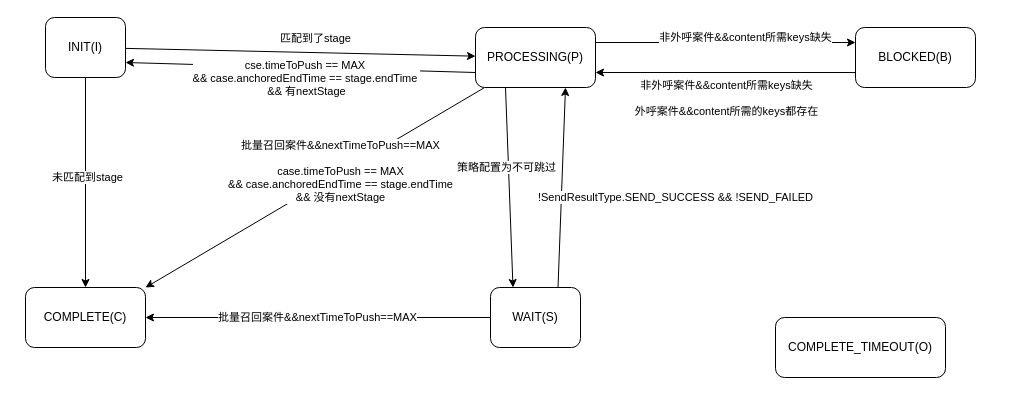
Earlier version of the draw.io diagram page "状态流转图" (4 of 4) of 召回系统-业务架构.drawio (ABIN-DS/flowchart). Source tidied: cells renumbered, new cells numbered last; positions are measured from the earlier drawing's top-left corner, leaving out a move shared by most shapes. Both pictures are drawn from the tidied source at 100%, with x=0, y=0 at pixel (25, 17).
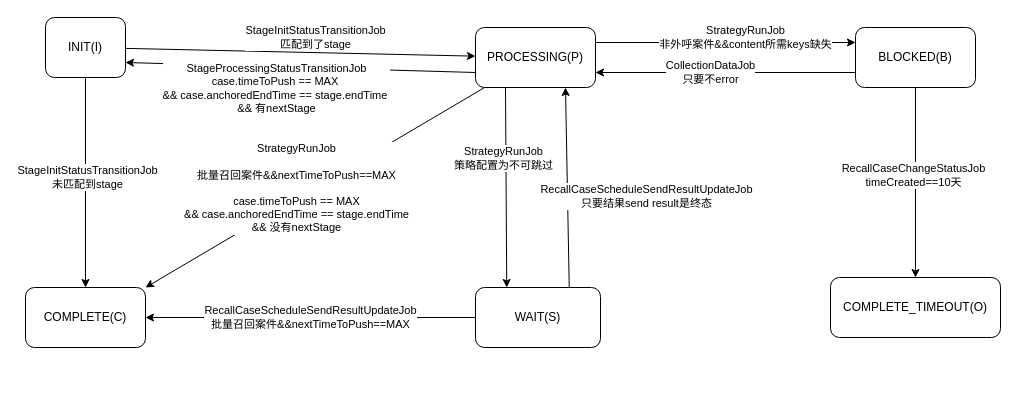
The same diagram, later.

Commit message:
更新召回系统-业务架构.drawio

The change refers to these unchanged cells:
```xml
<mxCell id="2" style="rounded=0;jettySize=auto;html=1;" parent="1" edge="1" source="4" target="14">
  <mxGeometry relative="1" as="geometry" />
</mxCell>
<mxCell id="6" style="edgeStyle=none;rounded=0;jettySize=auto;html=1;exitX=0.5;exitY=1;exitDx=0;exitDy=0;" parent="1" edge="1" source="4" target="18">
  <mxGeometry relative="1" as="geometry" />
</mxCell>
<mxCell id="8" style="edgeStyle=none;rounded=0;jettySize=auto;html=1;entryX=1;entryY=0;entryDx=0;entryDy=0;" parent="1" edge="1" source="14" target="18">
  <mxGeometry relative="1" as="geometry" />
</mxCell>
<mxCell id="10" style="edgeStyle=none;rounded=0;jettySize=auto;html=1;exitX=0.25;exitY=1;exitDx=0;exitDy=0;entryX=0.25;entryY=0;entryDx=0;entryDy=0;" parent="1" edge="1" source="14" target="23">
  <mxGeometry relative="1" as="geometry" />
</mxCell>
<mxCell id="12" style="edgeStyle=none;rounded=0;jettySize=auto;html=1;entryX=1;entryY=0.75;entryDx=0;entryDy=0;exitX=0;exitY=0.75;exitDx=0;exitDy=0;" parent="1" edge="1" source="14" target="4">
  <mxGeometry relative="1" as="geometry" />
</mxCell>
<mxCell id="14" value="PROCESSING(P)" style="rounded=1;whiteSpace=wrap;html=1;" parent="1" vertex="1">
  <mxGeometry x="450" y="10" width="120" height="60" as="geometry" />
</mxCell>
<mxCell id="15" style="edgeStyle=none;rounded=0;jettySize=auto;html=1;exitX=0;exitY=0.75;exitDx=0;exitDy=0;entryX=1;entryY=0.75;entryDx=0;entryDy=0;" parent="1" edge="1" source="17" target="14">
  <mxGeometry relative="1" as="geometry" />
</mxCell>
<mxCell id="17" value="BLOCKED(B)" style="rounded=1;whiteSpace=wrap;html=1;" parent="1" vertex="1">
  <mxGeometry x="830" y="10" width="120" height="60" as="geometry" />
</mxCell>
<mxCell id="18" value="COMPLETE(C)" style="rounded=1;whiteSpace=wrap;html=1;" parent="1" vertex="1">
  <mxGeometry y="270" width="120" height="60" as="geometry" />
</mxCell>
<mxCell id="21" style="edgeStyle=none;rounded=0;jettySize=auto;html=1;entryX=0.75;entryY=1;entryDx=0;entryDy=0;exitX=0.75;exitY=0;exitDx=0;exitDy=0;" parent="1" edge="1" source="23" target="14">
  <mxGeometry relative="1" as="geometry" />
</mxCell>
```

Diff of the diagram source:
```diff
@@
-    <mxCell id="3" value="匹配到了stage" style="edgeLabel;html=1;align=center;verticalAlign=middle;" parent="2" vertex="1">
+    <mxCell id="3" value="StageInitStatusTransitionJob&lt;br&gt;匹配到了stage" style="edgeLabel;html=1;align=center;verticalAlign=middle;" parent="2" vertex="1">
       <mxGeometry y="2" relative="1" as="geometry">
-        <mxPoint x="14" y="-12" as="offset" />
+        <mxPoint x="14" y="-13" as="offset" />
       </mxGeometry>
     </mxCell>
@@
-    <mxCell id="5" value="非外呼案件&amp;amp;&amp;amp;content所需keys缺失" style="rounded=0;jettySize=auto;html=1;entryX=0;entryY=0.25;entryDx=0;entryDy=0;exitX=1;exitY=0.25;exitDx=0;exitDy=0;" parent="1" edge="1" source="14" target="17">
+    <mxCell id="5" value="StrategyRunJob&lt;br&gt;非外呼案件&amp;amp;&amp;amp;content所需keys缺失" style="rounded=0;jettySize=auto;html=1;entryX=0;entryY=0.25;entryDx=0;entryDy=0;exitX=1;exitY=0.25;exitDx=0;exitDy=0;" parent="1" edge="1" source="14" target="17">
       <mxGeometry x="0.15" y="5" relative="1" as="geometry" />
     </mxCell>
@@
-    <mxCell id="7" value="未匹配到stage" style="edgeLabel;html=1;align=center;verticalAlign=middle;" parent="6" vertex="1">
+    <mxCell id="7" value="StageInitStatusTransitionJob&lt;br&gt;未匹配到stage" style="edgeLabel;html=1;align=center;verticalAlign=middle;" parent="6" vertex="1">
       <mxGeometry x="-0.06" y="1" relative="1" as="geometry" />
     </mxCell>
@@
-    <mxCell id="9" value="批量召回案件&amp;amp;&amp;amp;nextTimeToPush==MAX&lt;br&gt;&lt;br&gt;case.timeToPush == MAX &lt;br&gt;&amp;amp;&amp;amp; case.anchoredEndTime == stage.endTime &lt;br&gt;&amp;amp;&amp;amp; 没有nextStage" style="edgeLabel;html=1;align=center;verticalAlign=middle;" parent="8" vertex="1">
-      <mxGeometry x="-0.15" y="-2" relative="1" as="geometry" />
+    <mxCell id="9" value="StrategyRunJob&lt;br&gt;&lt;br&gt;批量召回案件&amp;amp;&amp;amp;nextTimeToPush==MAX&lt;br&gt;&lt;br&gt;case.timeToPush == MAX &lt;br&gt;&amp;amp;&amp;amp; case.anchoredEndTime == stage.endTime &lt;br&gt;&amp;amp;&amp;amp; 没有nextStage" style="edgeLabel;html=1;align=center;verticalAlign=middle;" parent="8" vertex="1">
+      <mxGeometry x="-0.15" y="-2" relative="1" as="geometry">
+        <mxPoint x="-44" y="17" as="offset" />
+      </mxGeometry>
     </mxCell>
@@
-    <mxCell id="11" value="策略配置为不可跳过" style="edgeLabel;html=1;align=center;verticalAlign=middle;" parent="10" vertex="1">
+    <mxCell id="11" value="StrategyRunJob&lt;br&gt;策略配置为不可跳过" style="edgeLabel;html=1;align=center;verticalAlign=middle;" parent="10" vertex="1">
       <mxGeometry x="-0.13" y="-1" relative="1" as="geometry">
-        <mxPoint x="-2" y="-7" as="offset" />
+        <mxPoint x="-2" y="-17" as="offset" />
       </mxGeometry>
     </mxCell>
@@
-    <mxCell id="13" value="&lt;div style=&quot;border-color: var(--border-color);&quot;&gt;cse.timeToPush == MAX&amp;nbsp;&lt;/div&gt;&lt;div style=&quot;border-color: var(--border-color);&quot;&gt;&amp;amp;&amp;amp; case.anchoredEndTime == stage.endTime&amp;nbsp;&lt;/div&gt;&lt;div style=&quot;border-color: var(--border-color);&quot;&gt;&amp;amp;&amp;amp; 有nextStage&lt;/div&gt;" style="edgeLabel;html=1;align=center;verticalAlign=middle;" parent="12" vertex="1">
+    <mxCell id="13" value="&lt;div style=&quot;border-color: var(--border-color);&quot;&gt;StageProcessingStatusTransitionJob&lt;br&gt;&lt;/div&gt;&lt;div style=&quot;border-color: var(--border-color);&quot;&gt;case.timeToPush == MAX&amp;nbsp;&lt;/div&gt;&lt;div style=&quot;border-color: var(--border-color);&quot;&gt;&amp;amp;&amp;amp; case.anchoredEndTime == stage.endTime&amp;nbsp;&lt;/div&gt;&lt;div style=&quot;border-color: var(--border-color);&quot;&gt;&amp;amp;&amp;amp; 有nextStage&lt;/div&gt;" style="edgeLabel;html=1;align=center;verticalAlign=middle;" parent="12" vertex="1">
       <mxGeometry x="0.14" y="-1" relative="1" as="geometry">
-        <mxPoint x="30" y="12" as="offset" />
+        <mxPoint y="22" as="offset" />
       </mxGeometry>
     </mxCell>
@@
-    <mxCell id="16" value="非外呼案件&amp;amp;&amp;amp;content所需keys缺失&lt;br&gt;&lt;br&gt;外呼案件&amp;amp;&amp;amp;content所需的keys都存在" style="edgeLabel;html=1;align=center;verticalAlign=middle;" parent="15" vertex="1">
-      <mxGeometry x="0.35" y="1" relative="1" as="geometry">
-        <mxPoint x="46" y="24" as="offset" />
-      </mxGeometry>
-    </mxCell>
+    <mxCell id="24" value="CollectionDataJob&lt;br&gt;只要不error" style="edgeLabel;html=1;align=center;verticalAlign=middle;" parent="15" vertex="1">
+      <mxGeometry x="0.12" y="-1" relative="1" as="geometry" />
+    </mxCell>
+    <mxCell id="25" style="edgeStyle=none;rounded=0;jettySize=auto;html=1;" parent="1" edge="1" source="17" target="19">
+      <mxGeometry relative="1" as="geometry" />
+    </mxCell>
+    <mxCell id="26" value="RecallCaseChangeStatusJob&lt;br&gt;timeCreated==10天" style="edgeLabel;html=1;align=center;verticalAlign=middle;" parent="25" vertex="1">
+      <mxGeometry x="-0.09" y="-3" relative="1" as="geometry">
+        <mxPoint y="1" as="offset" />
+      </mxGeometry>
+    </mxCell>
@@
     <mxCell id="19" value="COMPLETE_TIMEOUT(O)" style="rounded=1;whiteSpace=wrap;html=1;" parent="1" vertex="1">
-      <mxGeometry x="750" y="300" width="170" height="60" as="geometry" />
+      <mxGeometry x="805" y="260" width="170" height="60" as="geometry" />
     </mxCell>
-    <mxCell id="20" value="批量召回案件&amp;amp;&amp;amp;nextTimeToPush==MAX" style="edgeStyle=none;rounded=0;jettySize=auto;html=1;entryX=1;entryY=0.5;entryDx=0;entryDy=0;" parent="1" edge="1" source="23" target="18">
+    <mxCell id="20" value="RecallCaseScheduleSendResultUpdateJob&lt;br&gt;批量召回案件&amp;amp;&amp;amp;nextTimeToPush==MAX" style="edgeStyle=none;rounded=0;jettySize=auto;html=1;entryX=1;entryY=0.5;entryDx=0;entryDy=0;" parent="1" edge="1" source="23" target="18">
       <mxGeometry relative="1" as="geometry" />
     </mxCell>
@@
-    <mxCell id="22" value="!SendResultType.SEND_SUCCESS &amp;amp;&amp;amp; !SEND_FAILED" style="edgeLabel;html=1;align=center;verticalAlign=middle;" parent="21" vertex="1">
+    <mxCell id="22" value="RecallCaseScheduleSendResultUpdateJob&lt;br&gt;只要结果send result是终态" style="edgeLabel;html=1;align=center;verticalAlign=middle;" parent="21" vertex="1">
       <mxGeometry x="-0.09" y="-2" relative="1" as="geometry">
-        <mxPoint x="112" as="offset" />
+        <mxPoint x="76" as="offset" />
       </mxGeometry>
     </mxCell>
     <mxCell id="23" value="WAIT(S)" style="rounded=1;whiteSpace=wrap;html=1;" parent="1" vertex="1">
-      <mxGeometry x="465" y="270" width="90" height="60" as="geometry" />
+      <mxGeometry x="450" y="270" width="125" height="60" as="geometry" />
     </mxCell>
```
